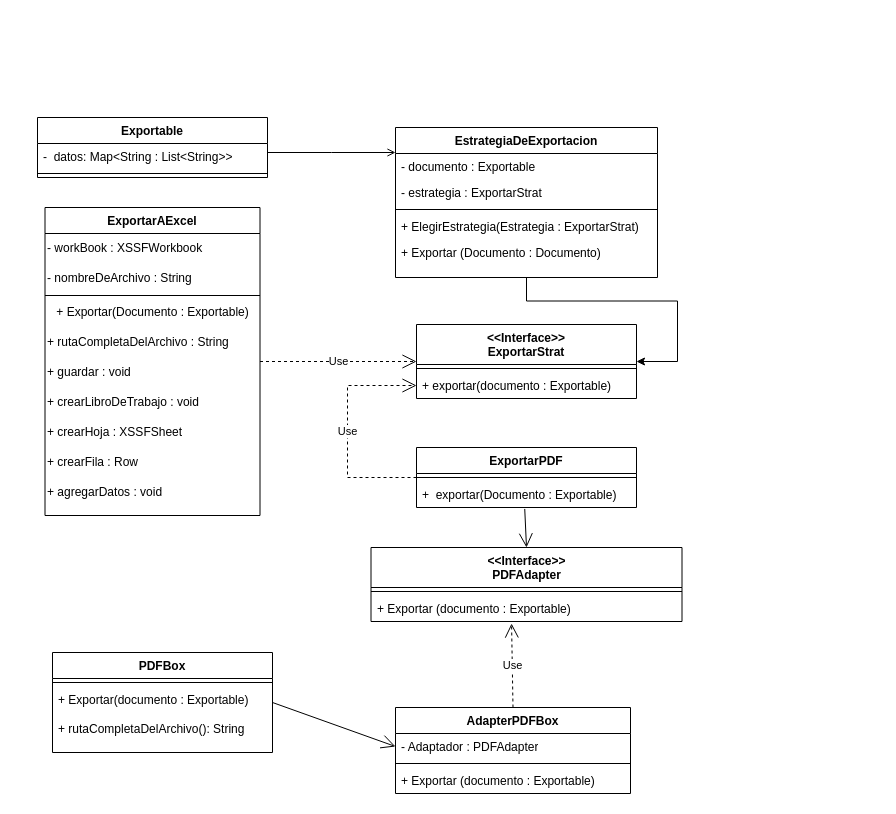
The draw.io diagram V1/BuffaFernandez - Diagrama V1.drawio in AustroPa/ModuloExportador-Buffa-Fernandez, before the edit. Source tidied: cells renumbered, new cells numbered last; positions are measured from the earlier drawing's top-left corner, leaving out a move shared by most shapes. Both pictures are drawn from the tidied source at 100%, with x=0, y=0 at pixel (37, 117).
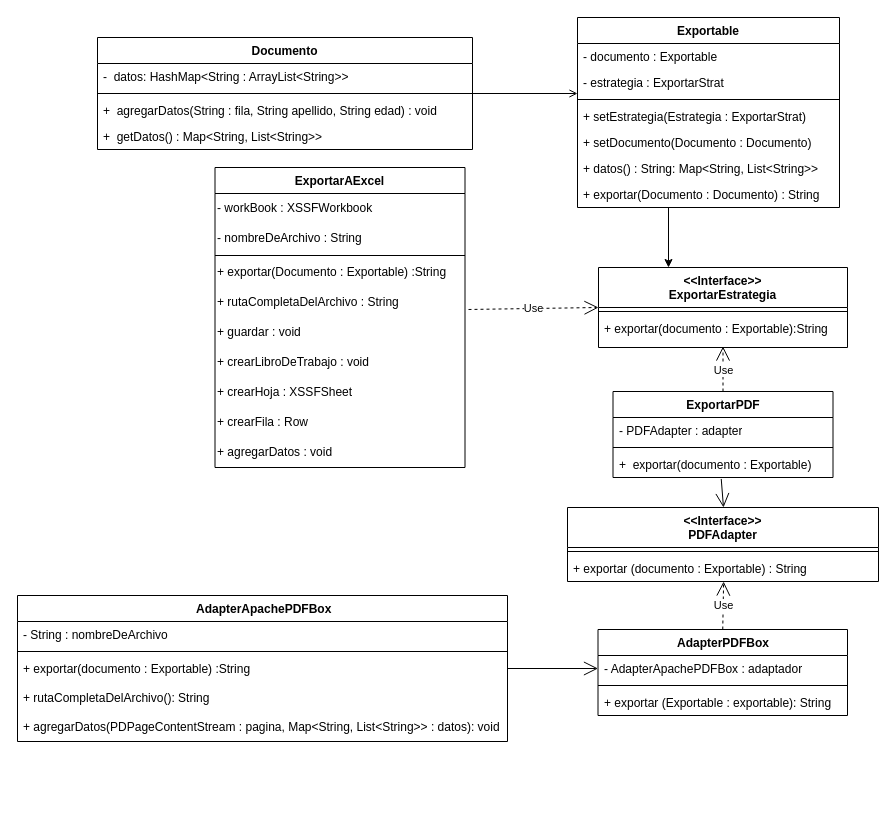
Above is the later version.

Commit message:
Diagrama de Clases Actualizado

Change to the diagram source:
```diff
@@
-    <mxCell id="2" value="Exportable" style="swimlane;fontStyle=1;align=center;verticalAlign=top;horizontal=1;startSize=26;rounded=0;shadow=0;strokeWidth=1;" parent="1" vertex="1">
-      <mxGeometry width="230" height="60" as="geometry" />
+    <mxCell id="2" value="Documento" style="swimlane;fontStyle=1;align=center;verticalAlign=top;horizontal=1;startSize=26;rounded=0;shadow=0;strokeWidth=1;swimlaneFillColor=default;" parent="1" vertex="1">
+      <mxGeometry x="60" y="-80" width="375" height="112" as="geometry" />
     </mxCell>
-    <mxCell id="3" value="-  datos: Map&lt;String : List&lt;String&gt;&gt;" style="text;align=left;verticalAlign=top;spacingLeft=4;spacingRight=4;overflow=hidden;" parent="2" vertex="1">
-      <mxGeometry y="26" width="230" height="26" as="geometry" />
+    <mxCell id="3" value="-  datos: HashMap&lt;String : ArrayList&lt;String&gt;&gt;" style="text;align=left;verticalAlign=top;spacingLeft=4;spacingRight=4;overflow=hidden;" parent="2" vertex="1">
+      <mxGeometry y="26" width="375" height="26" as="geometry" />
     </mxCell>
     <mxCell id="4" style="line;html=1;strokeWidth=1;align=left;verticalAlign=middle;spacingTop=-1;spacingLeft=3;spacingRight=3;labelPosition=right;" parent="2" vertex="1">
-      <mxGeometry y="52" width="230" height="8" as="geometry" />
+      <mxGeometry y="52" width="375" height="8" as="geometry" />
     </mxCell>
+    <mxCell id="45" value="+  agregarDatos(String : fila, String apellido, String edad) : void" style="text;align=left;verticalAlign=top;spacingLeft=4;spacingRight=4;overflow=hidden;" parent="2" vertex="1">
+      <mxGeometry y="60" width="375" height="26" as="geometry" />
+    </mxCell>
+    <mxCell id="46" value="+  getDatos() : Map&lt;String, List&lt;String&gt;&gt;" style="text;align=left;verticalAlign=top;spacingLeft=4;spacingRight=4;overflow=hidden;" parent="2" vertex="1">
+      <mxGeometry y="86" width="375" height="26" as="geometry" />
+    </mxCell>
-    <mxCell id="5" value="&lt;&lt;Interface&gt;&gt;&#10;ExportarStrat" style="swimlane;fontStyle=1;align=center;verticalAlign=top;horizontal=1;startSize=40;rounded=0;shadow=0;strokeWidth=1;" parent="1" vertex="1">
-      <mxGeometry x="379" y="207" width="220" height="74" as="geometry" />
+    <mxCell id="5" value="&lt;&lt;Interface&gt;&gt;&#10;ExportarEstrategia" style="swimlane;fontStyle=1;align=center;verticalAlign=top;horizontal=1;startSize=40;rounded=0;shadow=0;strokeWidth=1;swimlaneFillColor=default;" parent="1" vertex="1">
+      <mxGeometry x="561" y="150" width="249" height="80" as="geometry" />
     </mxCell>
     <mxCell id="6" style="line;html=1;strokeWidth=1;align=left;verticalAlign=middle;spacingTop=-1;spacingLeft=3;spacingRight=3;labelPosition=right;" parent="5" vertex="1">
-      <mxGeometry y="40" width="220" height="8" as="geometry" />
+      <mxGeometry y="40" width="249" height="8" as="geometry" />
     </mxCell>
-    <mxCell id="7" value="+ exportar(documento : Exportable)" style="text;align=left;verticalAlign=top;spacingLeft=4;spacingRight=4;overflow=hidden;points=[[0,0.5],[1,0.5]];portConstraint=eastwest;" parent="5" vertex="1">
-      <mxGeometry y="48" width="220" height="26" as="geometry" />
+    <mxCell id="7" value="+ exportar(documento : Exportable):String" style="text;align=left;verticalAlign=top;spacingLeft=4;spacingRight=4;overflow=hidden;points=[[0,0.5],[1,0.5]];portConstraint=eastwest;" parent="5" vertex="1">
+      <mxGeometry y="48" width="249" height="26" as="geometry" />
     </mxCell>
-    <mxCell id="8" value="ExportarAExcel" style="swimlane;fontStyle=1;align=center;verticalAlign=top;horizontal=1;startSize=26;rounded=0;shadow=0;strokeWidth=1;" parent="1" vertex="1">
-      <mxGeometry x="7.5" y="90" width="215" height="308" as="geometry" />
+    <mxCell id="8" value="ExportarAExcel" style="swimlane;fontStyle=1;align=center;verticalAlign=top;horizontal=1;startSize=26;rounded=0;shadow=0;strokeWidth=1;swimlaneLine=1;glass=0;fillColor=default;gradientColor=none;swimlaneFillColor=default;perimeterSpacing=1;" parent="1" vertex="1">
+      <mxGeometry x="177.5" y="50" width="250" height="300" as="geometry" />
     </mxCell>
     <mxCell id="9" value="- workBook : XSSFWorkbook" style="text;html=1;align=left;verticalAlign=middle;strokeColor=none;fillColor=none;" parent="8" vertex="1">
-      <mxGeometry y="26" width="215" height="30" as="geometry" />
+      <mxGeometry y="26" width="250" height="30" as="geometry" />
     </mxCell>
     <mxCell id="10" value="- nombreDeArchivo : String" style="text;html=1;align=left;verticalAlign=middle;strokeColor=none;fillColor=none;" parent="8" vertex="1">
-      <mxGeometry y="56" width="215" height="30" as="geometry" />
+      <mxGeometry y="56" width="250" height="30" as="geometry" />
     </mxCell>
     <mxCell id="11" style="line;html=1;strokeWidth=1;align=left;verticalAlign=middle;spacingTop=-1;spacingLeft=3;spacingRight=3;labelPosition=right;" parent="8" vertex="1">
-      <mxGeometry y="86" width="215" height="4" as="geometry" />
+      <mxGeometry y="86" width="250" height="4" as="geometry" />
     </mxCell>
-    <mxCell id="12" value="+ Exportar(Documento :&amp;nbsp;Exportable)" style="text;html=1;align=center;verticalAlign=middle;strokeColor=none;fillColor=none;" parent="8" vertex="1">
-      <mxGeometry y="90" width="215" height="30" as="geometry" />
+    <mxCell id="12" value="+ exportar(Documento :&amp;nbsp;Exportable) :String" style="text;html=1;align=left;verticalAlign=middle;strokeColor=none;fillColor=none;" parent="8" vertex="1">
+      <mxGeometry y="90" width="250" height="30" as="geometry" />
     </mxCell>
     <mxCell id="13" value="+ rutaCompletaDelArchivo : String" style="text;html=1;align=left;verticalAlign=middle;points=[];strokeColor=none;fillColor=none;" parent="8" vertex="1">
-      <mxGeometry y="120" width="215" height="30" as="geometry" />
+      <mxGeometry y="120" width="250" height="30" as="geometry" />
     </mxCell>
     <mxCell id="14" value="+ guardar : void" style="text;html=1;align=left;verticalAlign=middle;strokeColor=none;fillColor=none;" parent="8" vertex="1">
-      <mxGeometry y="150" width="215" height="30" as="geometry" />
+      <mxGeometry y="150" width="250" height="30" as="geometry" />
     </mxCell>
     <mxCell id="15" value="+ crearLibroDeTrabajo : void" style="text;html=1;align=left;verticalAlign=middle;strokeColor=none;fillColor=none;" parent="8" vertex="1">
-      <mxGeometry y="180" width="215" height="30" as="geometry" />
+      <mxGeometry y="180" width="250" height="30" as="geometry" />
     </mxCell>
     <mxCell id="16" value="+ crearHoja : XSSFSheet" style="text;html=1;align=left;verticalAlign=middle;strokeColor=none;fillColor=none;" parent="8" vertex="1">
-      <mxGeometry y="210" width="215" height="30" as="geometry" />
+      <mxGeometry y="210" width="250" height="30" as="geometry" />
     </mxCell>
     <mxCell id="17" value="+ crearFila : Row" style="text;html=1;align=left;verticalAlign=middle;strokeColor=none;fillColor=none;" parent="8" vertex="1">
-      <mxGeometry y="240" width="215" height="30" as="geometry" />
+      <mxGeometry y="240" width="250" height="30" as="geometry" />
     </mxCell>
     <mxCell id="18" value="+ agregarDatos : void" style="text;html=1;align=left;verticalAlign=middle;strokeColor=none;fillColor=none;" parent="8" vertex="1">
-      <mxGeometry y="270" width="215" height="30" as="geometry" />
+      <mxGeometry y="270" width="250" height="30" as="geometry" />
     </mxCell>
-    <mxCell id="19" style="edgeStyle=orthogonalEdgeStyle;rounded=0;jettySize=auto;html=1;entryX=1;entryY=0.5;entryDx=0;entryDy=0;" parent="1" edge="1" source="20" target="5">
-      <mxGeometry relative="1" as="geometry" />
+    <mxCell id="19" style="edgeStyle=orthogonalEdgeStyle;rounded=0;jettySize=auto;html=1;" parent="1" edge="1" source="20">
+      <mxGeometry relative="1" as="geometry">
+        <mxPoint x="631" y="150" as="targetPoint" />
+        <Array as="points">
+          <mxPoint x="631" y="150" />
+        </Array>
+      </mxGeometry>
     </mxCell>
-    <mxCell id="20" value="EstrategiaDeExportacion" style="swimlane;fontStyle=1;align=center;verticalAlign=top;horizontal=1;startSize=26;rounded=0;shadow=0;strokeWidth=1;" parent="1" vertex="1">
-      <mxGeometry x="358" y="10" width="262" height="150" as="geometry" />
+    <mxCell id="20" value="Exportable" style="swimlane;fontStyle=1;align=center;verticalAlign=top;horizontal=1;startSize=26;rounded=0;shadow=0;strokeWidth=1;swimlaneFillColor=default;" parent="1" vertex="1">
+      <mxGeometry x="540" y="-100" width="262" height="190" as="geometry" />
     </mxCell>
@@
-    <mxCell id="24" value="+ ElegirEstrategia(Estrategia : ExportarStrat)" style="text;align=left;verticalAlign=top;spacingLeft=4;spacingRight=4;overflow=hidden;" parent="20" vertex="1">
+    <mxCell id="24" value="+ setEstrategia(Estrategia : ExportarStrat)" style="text;align=left;verticalAlign=top;spacingLeft=4;spacingRight=4;overflow=hidden;" parent="20" vertex="1">
       <mxGeometry y="86" width="262" height="26" as="geometry" />
     </mxCell>
-    <mxCell id="25" value="+ Exportar (Documento : Documento)" style="text;align=left;verticalAlign=top;spacingLeft=4;spacingRight=4;overflow=hidden;" parent="20" vertex="1">
+    <mxCell id="25" value="+ setDocumento(Documento : Documento)" style="text;align=left;verticalAlign=top;spacingLeft=4;spacingRight=4;overflow=hidden;" parent="20" vertex="1">
       <mxGeometry y="112" width="262" height="26" as="geometry" />
     </mxCell>
+    <mxCell id="47" value="+ datos() : String: Map&lt;String, List&lt;String&gt;&gt;" style="text;align=left;verticalAlign=top;spacingLeft=4;spacingRight=4;overflow=hidden;" parent="20" vertex="1">
+      <mxGeometry y="138" width="262" height="26" as="geometry" />
+    </mxCell>
+    <mxCell id="48" value="+ exportar(Documento : Documento) : String" style="text;align=left;verticalAlign=top;spacingLeft=4;spacingRight=4;overflow=hidden;" parent="20" vertex="1">
+      <mxGeometry y="164" width="262" height="26" as="geometry" />
+    </mxCell>
@@
-    <mxCell id="27" value="&lt;b&gt;ExportarPDF&lt;/b&gt;" style="swimlane;fontStyle=0;align=center;verticalAlign=top;horizontal=1;startSize=26;whiteSpace=wrap;html=1;" parent="1" vertex="1">
-      <mxGeometry x="379" y="330" width="220" height="60" as="geometry" />
+    <mxCell id="27" value="&lt;b&gt;ExportarPDF&lt;/b&gt;" style="swimlane;fontStyle=0;align=center;verticalAlign=top;horizontal=1;startSize=26;whiteSpace=wrap;html=1;swimlaneFillColor=default;" parent="1" vertex="1">
+      <mxGeometry x="575.5" y="274" width="220" height="86" as="geometry" />
     </mxCell>
+    <mxCell id="49" value="- PDFAdapter : adapter" style="text;strokeColor=none;fillColor=none;align=left;verticalAlign=top;spacingLeft=4;spacingRight=4;overflow=hidden;whiteSpace=wrap;html=1;" parent="27" vertex="1">
+      <mxGeometry y="26" width="220" height="26" as="geometry" />
+    </mxCell>
     <mxCell id="28" style="line;strokeWidth=1;fillColor=none;align=left;verticalAlign=middle;spacingTop=-1;spacingLeft=3;spacingRight=3;labelPosition=right;strokeColor=inherit;" parent="27" vertex="1">
-      <mxGeometry y="26" width="220" height="8" as="geometry" />
+      <mxGeometry y="52" width="220" height="8" as="geometry" />
     </mxCell>
-    <mxCell id="29" value="+&amp;nbsp; exportar(Documento :&amp;nbsp;Exportable)" style="text;strokeColor=none;fillColor=none;align=left;verticalAlign=top;spacingLeft=4;spacingRight=4;overflow=hidden;points=[[0,0.5],[1,0.5]];portConstraint=eastwest;whiteSpace=wrap;html=1;" parent="27" vertex="1">
-      <mxGeometry y="34" width="220" height="26" as="geometry" />
+    <mxCell id="29" value="+&amp;nbsp; exportar(documento :&amp;nbsp;Exportable)" style="text;strokeColor=none;fillColor=none;align=left;verticalAlign=top;spacingLeft=4;spacingRight=4;overflow=hidden;points=[[0,0.5],[1,0.5]];portConstraint=eastwest;whiteSpace=wrap;html=1;" parent="27" vertex="1">
+      <mxGeometry y="60" width="220" height="26" as="geometry" />
     </mxCell>
-    <mxCell id="30" value="Use" style="endArrow=open;endSize=12;dashed=1;html=1;rounded=0;exitX=0;exitY=0.5;exitDx=0;exitDy=0;entryX=0;entryY=0.5;entryDx=0;entryDy=0;" parent="1" edge="1" source="27" target="7">
-      <mxGeometry relative="1" as="geometry">
-        <Array as="points">
-          <mxPoint x="310" y="360" />
-          <mxPoint x="310" y="268" />
-        </Array>
-      </mxGeometry>
+    <mxCell id="30" value="Use" style="endArrow=open;endSize=12;dashed=1;html=1;rounded=0;exitX=0.5;exitY=0;exitDx=0;exitDy=0;entryX=0.5;entryY=1.192;entryDx=0;entryDy=0;entryPerimeter=0;" parent="1" edge="1" source="27" target="7">
+      <mxGeometry x="-0.08" relative="1" as="geometry" />
     </mxCell>
-    <mxCell id="31" value="Use" style="endArrow=open;endSize=12;dashed=1;html=1;rounded=0;exitX=1;exitY=0.5;exitDx=0;exitDy=0;entryX=0;entryY=0.5;entryDx=0;entryDy=0;" parent="1" edge="1" source="8" target="5">
+    <mxCell id="31" value="Use" style="endArrow=open;endSize=12;dashed=1;html=1;rounded=0;entryX=0;entryY=0.5;entryDx=0;entryDy=0;exitX=1.014;exitY=0.733;exitDx=0;exitDy=0;exitPerimeter=0;" parent="1" edge="1" source="13" target="5">
       <mxGeometry relative="1" as="geometry" />
     </mxCell>
-    <mxCell id="32" value="&lt;div&gt;&amp;lt;&amp;lt;Interface&amp;gt;&amp;gt;&lt;/div&gt;&lt;div&gt;PDFAdapter &lt;br&gt;&lt;/div&gt;" style="swimlane;fontStyle=1;align=center;verticalAlign=top;horizontal=1;startSize=40;whiteSpace=wrap;html=1;" parent="1" vertex="1">
-      <mxGeometry x="333.5" y="430" width="311" height="74" as="geometry" />
+    <mxCell id="32" value="&lt;div&gt;&amp;lt;&amp;lt;Interface&amp;gt;&amp;gt;&lt;/div&gt;&lt;div&gt;PDFAdapter &lt;br&gt;&lt;/div&gt;" style="swimlane;fontStyle=1;align=center;verticalAlign=top;horizontal=1;startSize=40;whiteSpace=wrap;html=1;swimlaneFillColor=default;" parent="1" vertex="1">
+      <mxGeometry x="530" y="390" width="311" height="74" as="geometry" />
     </mxCell>
@@
-    <mxCell id="34" value="+ Exportar (documento :&amp;nbsp;Exportable)" style="text;strokeColor=none;fillColor=none;align=left;verticalAlign=top;spacingLeft=4;spacingRight=4;overflow=hidden;points=[[0,0.5],[1,0.5]];portConstraint=eastwest;whiteSpace=wrap;html=1;" parent="32" vertex="1">
+    <mxCell id="34" value="+ exportar (documento :&amp;nbsp;Exportable) : String" style="text;strokeColor=none;fillColor=none;align=left;verticalAlign=top;spacingLeft=4;spacingRight=4;overflow=hidden;points=[[0,0.5],[1,0.5]];portConstraint=eastwest;whiteSpace=wrap;html=1;" parent="32" vertex="1">
       <mxGeometry y="48" width="311" height="26" as="geometry" />
     </mxCell>
-    <mxCell id="35" value="AdapterPDFBox" style="swimlane;fontStyle=1;align=center;verticalAlign=top;horizontal=1;startSize=26;whiteSpace=wrap;html=1;" parent="1" vertex="1">
-      <mxGeometry x="358" y="590" width="235" height="86" as="geometry" />
+    <mxCell id="35" value="AdapterPDFBox" style="swimlane;fontStyle=1;align=center;verticalAlign=top;horizontal=1;startSize=26;whiteSpace=wrap;html=1;swimlaneFillColor=default;" parent="1" vertex="1">
+      <mxGeometry x="560.5" y="512" width="249.5" height="86" as="geometry" />
     </mxCell>
-    <mxCell id="36" value="- Adaptador : PDFAdapter" style="text;strokeColor=none;fillColor=none;align=left;verticalAlign=top;spacingLeft=4;spacingRight=4;overflow=hidden;points=[[0,0.5],[1,0.5]];portConstraint=eastwest;whiteSpace=wrap;html=1;" parent="35" vertex="1">
-      <mxGeometry y="26" width="235" height="26" as="geometry" />
+    <mxCell id="36" value="- AdapterApachePDFBox : adaptador" style="text;strokeColor=none;fillColor=none;align=left;verticalAlign=top;spacingLeft=4;spacingRight=4;overflow=hidden;points=[[0,0.5],[1,0.5]];portConstraint=eastwest;whiteSpace=wrap;html=1;" parent="35" vertex="1">
+      <mxGeometry y="26" width="249.5" height="26" as="geometry" />
     </mxCell>
     <mxCell id="37" style="line;strokeWidth=1;fillColor=none;align=left;verticalAlign=middle;spacingTop=-1;spacingLeft=3;spacingRight=3;labelPosition=right;strokeColor=inherit;" parent="35" vertex="1">
-      <mxGeometry y="52" width="235" height="8" as="geometry" />
+      <mxGeometry y="52" width="249.5" height="8" as="geometry" />
     </mxCell>
-    <mxCell id="38" value="+ Exportar (documento :&amp;nbsp;Exportable)" style="text;strokeColor=none;fillColor=none;align=left;verticalAlign=top;spacingLeft=4;spacingRight=4;overflow=hidden;whiteSpace=wrap;html=1;" parent="35" vertex="1">
-      <mxGeometry y="60" width="235" height="26" as="geometry" />
+    <mxCell id="38" value="+ exportar (Exportable : exportable): String" style="text;strokeColor=none;fillColor=none;align=left;verticalAlign=top;spacingLeft=4;spacingRight=4;overflow=hidden;whiteSpace=wrap;html=1;" parent="35" vertex="1">
+      <mxGeometry y="60" width="249.5" height="26" as="geometry" />
     </mxCell>
-    <mxCell id="39" value="PDFBox" style="swimlane;fontStyle=1;align=center;verticalAlign=top;horizontal=1;startSize=26;whiteSpace=wrap;html=1;" parent="1" vertex="1">
-      <mxGeometry x="15" y="535" width="220" height="100" as="geometry" />
+    <mxCell id="39" value="&amp;nbsp;AdapterApachePDFBox" style="swimlane;fontStyle=1;align=center;verticalAlign=top;horizontal=1;startSize=26;whiteSpace=wrap;html=1;swimlaneFillColor=default;" parent="1" vertex="1">
+      <mxGeometry x="-20" y="478" width="490" height="146" as="geometry" />
     </mxCell>
+    <mxCell id="50" value="- String : nombreDeArchivo" style="text;strokeColor=none;fillColor=none;align=left;verticalAlign=top;spacingLeft=4;spacingRight=4;overflow=hidden;whiteSpace=wrap;html=1;" parent="39" vertex="1">
+      <mxGeometry y="26" width="490" height="26" as="geometry" />
+    </mxCell>
     <mxCell id="40" style="line;strokeWidth=1;fillColor=none;align=left;verticalAlign=middle;spacingTop=-1;spacingLeft=3;spacingRight=3;labelPosition=right;strokeColor=inherit;" parent="39" vertex="1">
-      <mxGeometry y="26" width="220" height="8" as="geometry" />
+      <mxGeometry y="52" width="490" height="8" as="geometry" />
     </mxCell>
-    <mxCell id="41" value="&lt;div&gt;+ Exportar(documento :&amp;nbsp;Exportable)&lt;/div&gt;&lt;div&gt;&lt;br&gt;&lt;/div&gt;&lt;div&gt;+ rutaCompletaDelArchivo(): String&lt;br&gt;&lt;/div&gt;&lt;div&gt;&lt;br&gt;&lt;/div&gt;&lt;div&gt;&lt;br&gt;&lt;/div&gt;" style="text;strokeColor=none;fillColor=none;align=left;verticalAlign=top;spacingLeft=4;spacingRight=4;overflow=hidden;whiteSpace=wrap;html=1;" parent="39" vertex="1">
-      <mxGeometry y="34" width="220" height="66" as="geometry" />
+    <mxCell id="41" value="&lt;div&gt;+ exportar(documento :&amp;nbsp;Exportable) :String&lt;/div&gt;&lt;div&gt;&lt;br&gt;&lt;/div&gt;&lt;div&gt;+ rutaCompletaDelArchivo(): String&lt;br&gt;&lt;/div&gt;&lt;div&gt;&lt;br&gt;&lt;/div&gt;&lt;div&gt;+ agregarDatos(PDPageContentStream : pagina,&amp;nbsp;&lt;span style=&quot;text-wrap: nowrap; background-color: initial;&quot;&gt;Map&amp;lt;String, List&amp;lt;String&amp;gt;&amp;gt; : datos&lt;/span&gt;&lt;span style=&quot;background-color: initial;&quot;&gt;): void&lt;/span&gt;&lt;/div&gt;&lt;div&gt;&lt;br&gt;&lt;/div&gt;&lt;div&gt;&lt;br&gt;&lt;/div&gt;" style="text;strokeColor=none;fillColor=none;align=left;verticalAlign=top;spacingLeft=4;spacingRight=4;overflow=hidden;whiteSpace=wrap;html=1;" parent="39" vertex="1">
+      <mxGeometry y="60" width="490" height="86" as="geometry" />
     </mxCell>
@@
-    <mxCell id="43" style="endArrow=open;endFill=1;endSize=12;html=1;rounded=0;exitX=0.492;exitY=1.055;exitDx=0;exitDy=0;entryX=0.5;entryY=0;entryDx=0;entryDy=0;exitPerimeter=0;" parent="1" edge="1" source="29" target="32">
-      <mxGeometry relative="1" as="geometry" />
+    <mxCell id="43" style="endArrow=open;endFill=1;endSize=12;html=1;rounded=0;exitX=0.492;exitY=1.055;exitDx=0;exitDy=0;exitPerimeter=0;" parent="1" edge="1" source="29">
+      <mxGeometry relative="1" as="geometry">
+        <mxPoint x="686" y="390" as="targetPoint" />
+      </mxGeometry>
     </mxCell>
-    <mxCell id="44" value="Use" style="endArrow=open;endSize=12;dashed=1;html=1;rounded=0;exitX=0.5;exitY=0;exitDx=0;exitDy=0;entryX=0.452;entryY=1.077;entryDx=0;entryDy=0;entryPerimeter=0;" parent="1" edge="1" source="35" target="34">
+    <mxCell id="44" value="Use" style="endArrow=open;endSize=12;dashed=1;html=1;rounded=0;exitX=0.5;exitY=0;exitDx=0;exitDy=0;entryX=0.502;entryY=1.002;entryDx=0;entryDy=0;entryPerimeter=0;" parent="1" edge="1" source="35" target="34">
       <mxGeometry relative="1" as="geometry" />
     </mxCell>
```
